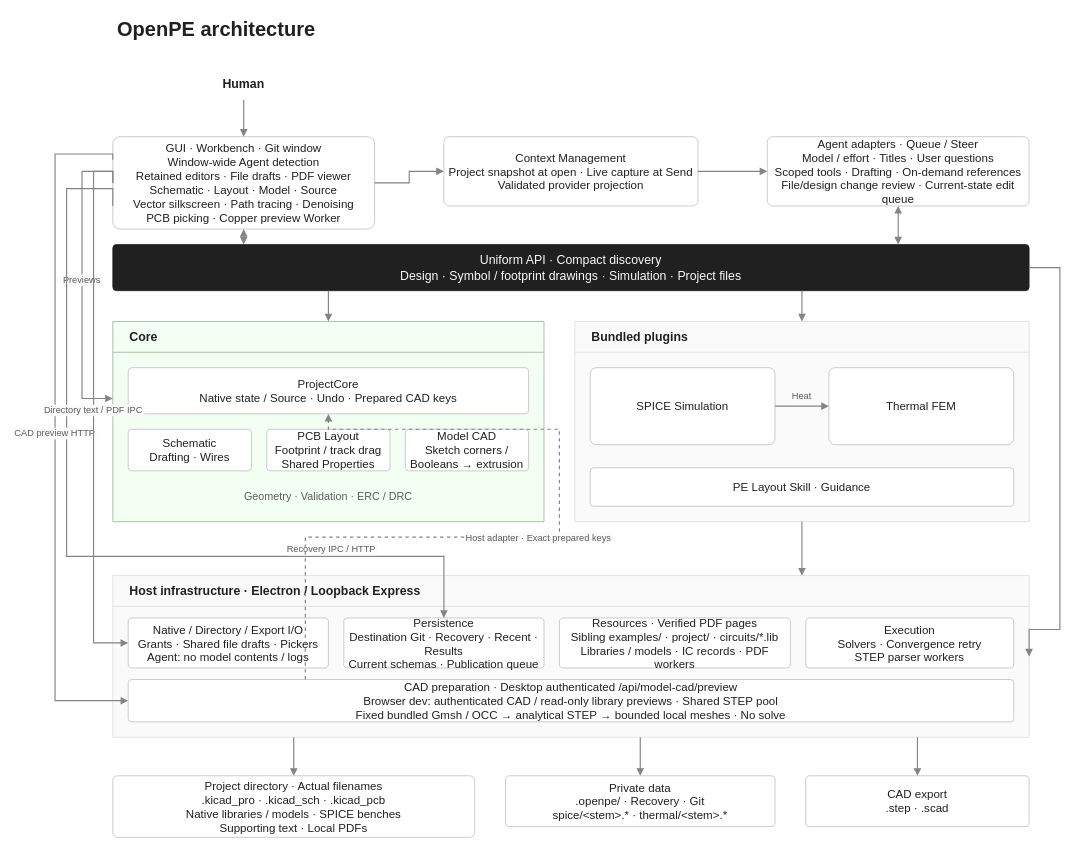
Above: assets/architecture.drawio in Open-Power-Electronics/OpenPE (draw.io), before the change. Source tidied: cells renumbered, new cells numbered last; positions are measured from the earlier drawing's top-left corner, leaving out a move shared by most shapes. Both pictures are drawn from the tidied source at 77%, with x=0, y=0 at pixel (55, 13).
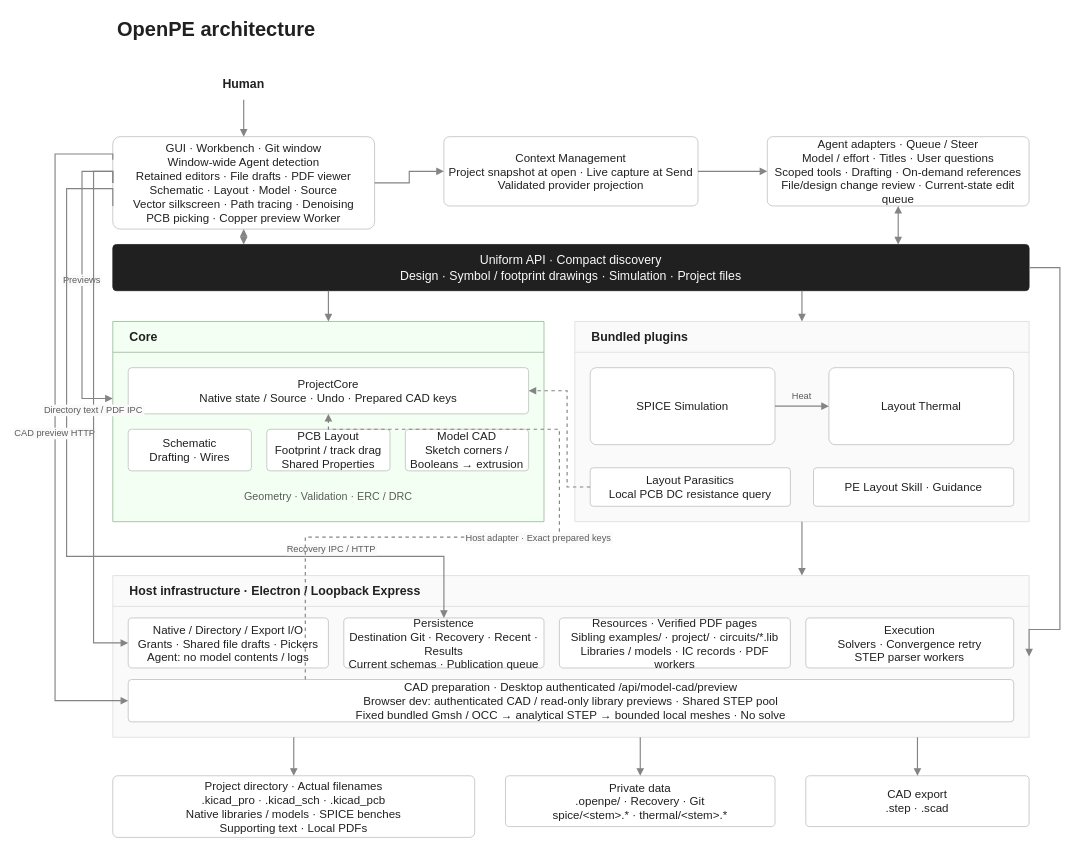
The same diagram, later.

Unchanged cells that the change refers to:
```xml
<mxCell id="9" value="ProjectCore&#10;Native state / Source · Undo · Prepared CAD keys" style="rounded=1;html=0;whiteSpace=wrap;fontFamily=Arial;fontSize=15;fontColor=#202020;fillColor=#ffffff;strokeColor=#bdbdbd;strokeWidth=1;shadow=0;arcSize=8;fontStyle=0;align=center;verticalAlign=middle;spacing=6;" parent="8" vertex="1">
  <mxGeometry x="20" y="60" width="520" height="60" as="geometry" />
</mxCell>
<mxCell id="14" value="Bundled plugins" style="swimlane;html=0;whiteSpace=wrap;fontFamily=Arial;fontSize=16;fontColor=#202020;fillColor=#fafafa;strokeColor=#dbdbdb;strokeWidth=1;shadow=0;arcSize=8;fontStyle=1;align=left;verticalAlign=middle;horizontal=1;startSize=40;swimlaneFillColor=#fafafa;spacingLeft=20;" parent="1" vertex="1">
  <mxGeometry x="675" y="400" width="590" height="260" as="geometry" />
</mxCell>
```

Change to the diagram source:
```diff
@@
-    <mxCell id="16" value="Thermal FEM" style="rounded=1;html=0;whiteSpace=wrap;fontFamily=Arial;fontSize=15;fontColor=#202020;fillColor=#ffffff;strokeColor=#bdbdbd;strokeWidth=1;shadow=0;arcSize=8;fontStyle=0;align=center;verticalAlign=middle;spacing=6;" parent="14" vertex="1">
+    <mxCell id="16" value="Layout Thermal" style="rounded=1;html=0;whiteSpace=wrap;fontFamily=Arial;fontSize=15;fontColor=#202020;fillColor=#ffffff;strokeColor=#bdbdbd;strokeWidth=1;shadow=0;arcSize=8;fontStyle=0;align=center;verticalAlign=middle;spacing=6;" parent="14" vertex="1">
       <mxGeometry x="330" y="60" width="240" height="100" as="geometry" />
     </mxCell>
     <mxCell id="17" value="PE Layout Skill · Guidance" style="rounded=1;html=0;whiteSpace=wrap;fontFamily=Arial;fontSize=15;fontColor=#202020;fillColor=#ffffff;strokeColor=#bdbdbd;strokeWidth=1;shadow=0;arcSize=8;fontStyle=0;align=center;verticalAlign=middle;spacing=6;" parent="14" vertex="1">
-      <mxGeometry x="20" y="190" width="550" height="50" as="geometry" />
+      <mxGeometry x="310" y="190" width="260" height="50" as="geometry" />
     </mxCell>
+    <mxCell id="45" value="Layout Parasitics&#10;Local PCB DC resistance query" style="rounded=1;html=0;whiteSpace=wrap;fontFamily=Arial;fontSize=15;fontColor=#202020;fillColor=#ffffff;strokeColor=#bdbdbd;strokeWidth=1;shadow=0;arcSize=8;fontStyle=0;align=center;verticalAlign=middle;spacing=6;" parent="14" vertex="1">
+      <mxGeometry x="20" y="190" width="260" height="50" as="geometry" />
+    </mxCell>
@@
+    <mxCell id="46" style="edgeStyle=orthogonalEdgeStyle;rounded=0;html=0;strokeColor=#848484;strokeWidth=1.5;endArrow=block;endFill=1;dashed=1;exitX=0;exitY=0.5;entryX=1;entryY=0.5;" parent="1" edge="1" source="45" target="9">
+      <mxGeometry relative="1" as="geometry">
+        <Array as="points">
+          <mxPoint x="665" y="615" />
+          <mxPoint x="665" y="490" />
+        </Array>
+      </mxGeometry>
+    </mxCell>
```
